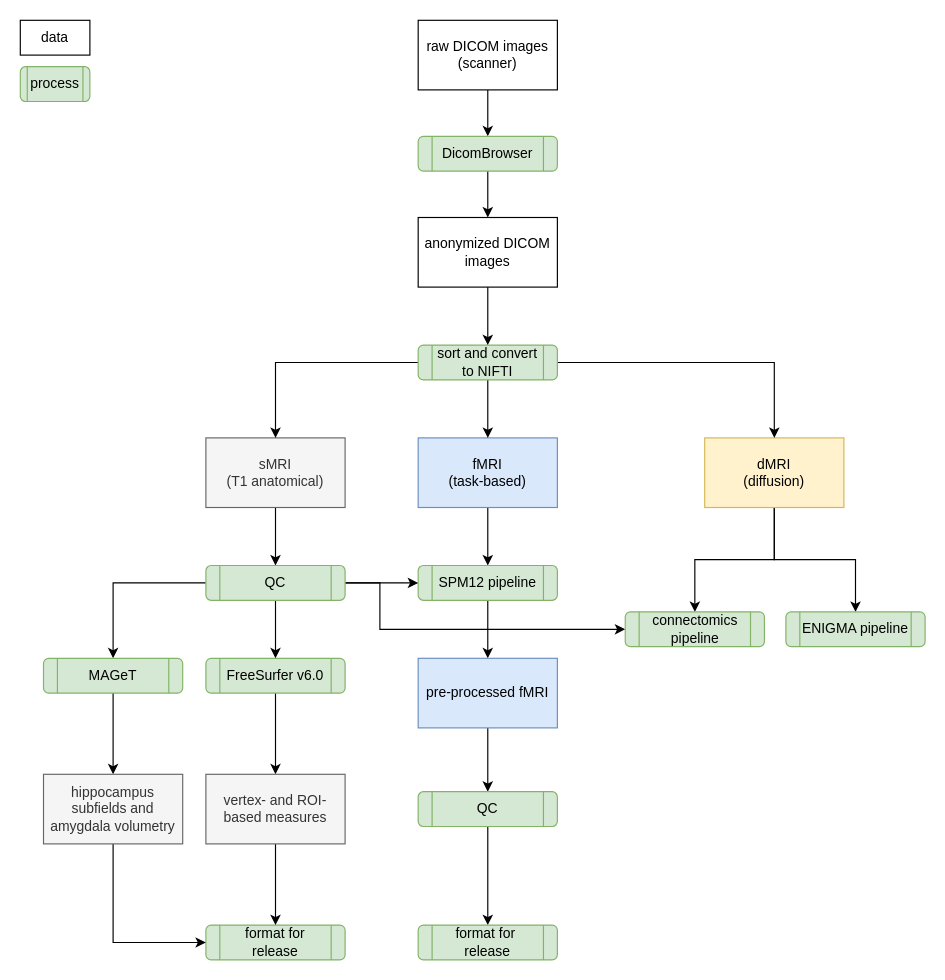
This is z37.drawio from dcoynel/z37, a draw.io file, before an edit. Source tidied: cells renumbered, new cells numbered last; positions are measured from the earlier drawing's top-left corner, leaving out a move shared by most shapes. Both pictures are drawn from the tidied source at 116%, with x=0, y=0 at pixel (20, 20).
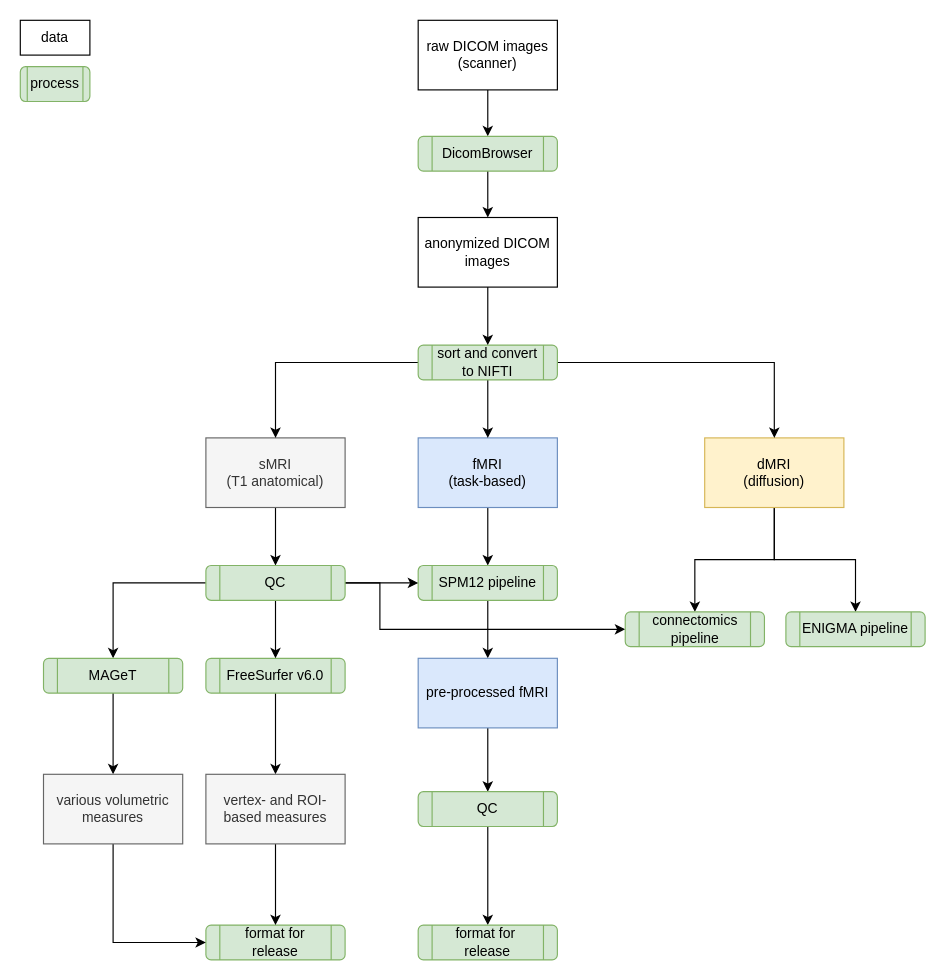
Above is the later version.

What changed in the source:
```diff
@@
-    <mxCell id="43" value="hippocampus subfields and amygdala volumetry" style="rounded=0;whiteSpace=wrap;html=1;shadow=0;glass=0;comic=0;fillColor=#f5f5f5;strokeColor=#666666;fontColor=#333333;" parent="1" vertex="1">
+    <mxCell id="43" value="various volumetric measures" style="rounded=0;whiteSpace=wrap;html=1;shadow=0;glass=0;comic=0;fillColor=#f5f5f5;strokeColor=#666666;fontColor=#333333;" parent="1" vertex="1">
       <mxGeometry x="20" y="650" width="120" height="60" as="geometry" />
     </mxCell>
```
